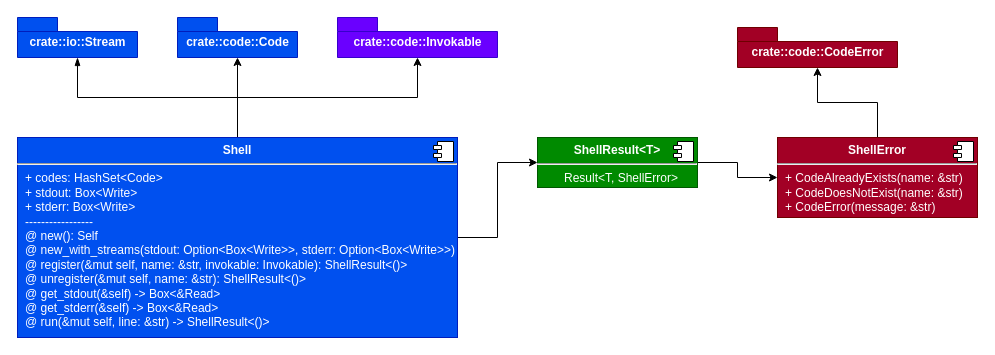
This is page "crate" (1 of 3) of arch.drawio from erayerdin/cheats, a draw.io file, before an edit. Source tidied: cells renumbered, new cells numbered last; positions are measured from the earlier drawing's top-left corner, leaving out a move shared by most shapes. Both pictures are drawn from the tidied source at 100%, with x=0, y=0 at pixel (17, 17).
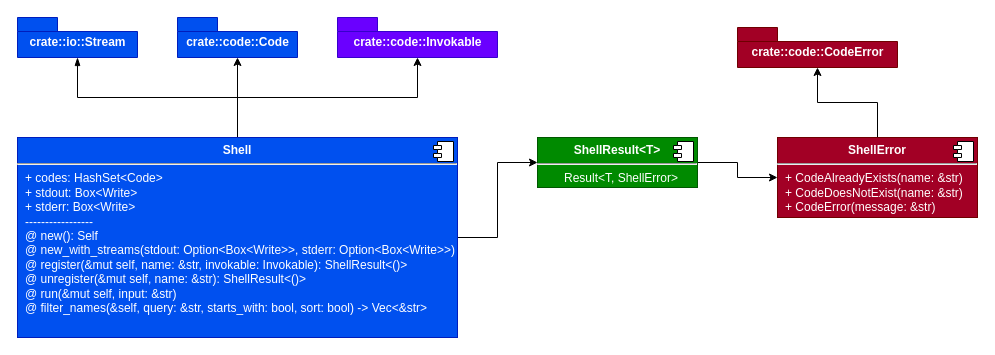
The same diagram, later.

Commit message (it also covers changes not shown here):
Added Shell::filter_names (#13)

* updated arch

* added Shell::filter_names

* added docs for Shell::filter_names

* added how to filter to docs

* updated changelog

The edit, as a diff of the source:
```diff
@@
 <mxGraphModel>
   <root>
     <mxCell id="0" />
     <mxCell id="1" parent="0" />
     <mxCell id="2" style="edgeStyle=orthogonalEdgeStyle;rounded=0;jettySize=auto;html=1;endArrow=blockThin;endFill=1;" parent="1" edge="1" source="6" target="8">
       <mxGeometry relative="1" as="geometry" />
     </mxCell>
     <mxCell id="3" style="edgeStyle=orthogonalEdgeStyle;rounded=0;jettySize=auto;html=1;endArrow=classic;endFill=1;exitX=0.5;exitY=0;exitDx=0;exitDy=0;" parent="1" edge="1" source="6" target="9">
       <mxGeometry relative="1" as="geometry" />
     </mxCell>
     <mxCell id="4" style="edgeStyle=orthogonalEdgeStyle;rounded=0;jettySize=auto;html=1;endArrow=classic;endFill=1;exitX=0.5;exitY=0;exitDx=0;exitDy=0;" parent="1" edge="1" source="6" target="10">
       <mxGeometry relative="1" as="geometry" />
     </mxCell>
     <mxCell id="5" style="edgeStyle=orthogonalEdgeStyle;rounded=0;jettySize=auto;html=1;endArrow=classic;endFill=1;" parent="1" edge="1" source="6" target="12">
       <mxGeometry relative="1" as="geometry" />
     </mxCell>
-    <mxCell id="6" value="&lt;p style=&quot;margin: 0px ; margin-top: 6px ; text-align: center&quot;&gt;&lt;b&gt;Shell&lt;/b&gt;&lt;br&gt;&lt;/p&gt;&lt;hr&gt;&lt;p style=&quot;margin: 0px ; margin-left: 8px&quot;&gt;+ codes: HashSet&amp;lt;Code&amp;gt;&lt;br&gt;&lt;/p&gt;&lt;p style=&quot;margin: 0px ; margin-left: 8px&quot;&gt;+ stdout: Box&amp;lt;Write&amp;gt;&lt;br&gt;&lt;/p&gt;&lt;p style=&quot;margin: 0px ; margin-left: 8px&quot;&gt;+ stderr: Box&amp;lt;Write&amp;gt;&lt;/p&gt;&lt;p style=&quot;margin: 0px ; margin-left: 8px&quot;&gt;-----------------&lt;/p&gt;&lt;p style=&quot;margin: 0px ; margin-left: 8px&quot;&gt;@ new(): Self&lt;/p&gt;&lt;p style=&quot;margin: 0px ; margin-left: 8px&quot;&gt;@ new_with_streams(stdout: Option&amp;lt;Box&amp;lt;Write&amp;gt;&amp;gt;, stderr: Option&amp;lt;Box&amp;lt;Write&amp;gt;&amp;gt;)&lt;br&gt;&lt;/p&gt;&lt;p style=&quot;margin: 0px ; margin-left: 8px&quot;&gt;@ register(&amp;amp;mut self, name: &amp;amp;str, invokable: Invokable): ShellResult&amp;lt;()&amp;gt;&lt;br&gt;&lt;/p&gt;&lt;p style=&quot;margin: 0px ; margin-left: 8px&quot;&gt;@ unregister(&amp;amp;mut self, name: &amp;amp;str): ShellResult&amp;lt;()&amp;gt;&lt;/p&gt;&lt;p style=&quot;margin: 0px ; margin-left: 8px&quot;&gt;@ get_stdout(&amp;amp;self) -&amp;gt; Box&amp;lt;&amp;amp;Read&amp;gt;&lt;/p&gt;&lt;p style=&quot;margin: 0px ; margin-left: 8px&quot;&gt;@ get_stderr(&amp;amp;self) -&amp;gt; Box&amp;lt;&amp;amp;Read&amp;gt;&lt;/p&gt;&lt;p style=&quot;margin: 0px ; margin-left: 8px&quot;&gt;@ run(&amp;amp;mut self, line: &amp;amp;str) -&amp;gt; ShellResult&amp;lt;()&amp;gt;&lt;br&gt;&lt;/p&gt;" style="align=left;overflow=fill;html=1;fillColor=#0050ef;strokeColor=#001DBC;fontColor=#ffffff;" parent="1" vertex="1">
+    <mxCell id="6" value="&lt;p style=&quot;margin: 0px ; margin-top: 6px ; text-align: center&quot;&gt;&lt;b&gt;Shell&lt;/b&gt;&lt;br&gt;&lt;/p&gt;&lt;hr&gt;&lt;p style=&quot;margin: 0px ; margin-left: 8px&quot;&gt;+ codes: HashSet&amp;lt;Code&amp;gt;&lt;br&gt;&lt;/p&gt;&lt;p style=&quot;margin: 0px ; margin-left: 8px&quot;&gt;+ stdout: Box&amp;lt;Write&amp;gt;&lt;br&gt;&lt;/p&gt;&lt;p style=&quot;margin: 0px ; margin-left: 8px&quot;&gt;+ stderr: Box&amp;lt;Write&amp;gt;&lt;/p&gt;&lt;p style=&quot;margin: 0px ; margin-left: 8px&quot;&gt;-----------------&lt;/p&gt;&lt;p style=&quot;margin: 0px ; margin-left: 8px&quot;&gt;@ new(): Self&lt;/p&gt;&lt;p style=&quot;margin: 0px ; margin-left: 8px&quot;&gt;@ new_with_streams(stdout: Option&amp;lt;Box&amp;lt;Write&amp;gt;&amp;gt;, stderr: Option&amp;lt;Box&amp;lt;Write&amp;gt;&amp;gt;)&lt;br&gt;&lt;/p&gt;&lt;p style=&quot;margin: 0px ; margin-left: 8px&quot;&gt;@ register(&amp;amp;mut self, name: &amp;amp;str, invokable: Invokable): ShellResult&amp;lt;()&amp;gt;&lt;br&gt;&lt;/p&gt;&lt;p style=&quot;margin: 0px ; margin-left: 8px&quot;&gt;@ unregister(&amp;amp;mut self, name: &amp;amp;str): ShellResult&amp;lt;()&amp;gt;&lt;/p&gt;&lt;p style=&quot;margin: 0px ; margin-left: 8px&quot;&gt;@ run(&amp;amp;mut self, input: &amp;amp;str)&lt;br&gt;&lt;/p&gt;&lt;p style=&quot;margin: 0px ; margin-left: 8px&quot;&gt;@ filter_names(&amp;amp;self, query: &amp;amp;str, starts_with: bool, sort: bool) -&amp;gt; Vec&amp;lt;&amp;amp;str&amp;gt;&lt;/p&gt;" style="align=left;overflow=fill;html=1;fillColor=#0050ef;strokeColor=#001DBC;fontColor=#ffffff;" parent="1" vertex="1">
       <mxGeometry y="120" width="440" height="200" as="geometry" />
     </mxCell>
     <mxCell id="7" style="shape=component;jettyWidth=8;jettyHeight=4;" parent="6" vertex="1">
       <mxGeometry x="1" width="20" height="20" relative="1" as="geometry">
         <mxPoint x="-24" y="4" as="offset" />
       </mxGeometry>
     </mxCell>
     <mxCell id="8" value="crate::io::Stream" style="shape=folder;fontStyle=1;spacingTop=10;tabWidth=40;tabHeight=14;tabPosition=left;html=1;fillColor=#0050ef;strokeColor=#001DBC;fontColor=#ffffff;" parent="1" vertex="1">
       <mxGeometry width="120" height="40" as="geometry" />
     </mxCell>
     <mxCell id="9" value="crate::code::Code" style="shape=folder;fontStyle=1;spacingTop=10;tabWidth=40;tabHeight=14;tabPosition=left;html=1;fillColor=#0050ef;strokeColor=#001DBC;fontColor=#ffffff;" parent="1" vertex="1">
       <mxGeometry x="160" width="120" height="40" as="geometry" />
     </mxCell>
     <mxCell id="10" value="crate::code::Invokable" style="shape=folder;fontStyle=1;spacingTop=10;tabWidth=40;tabHeight=14;tabPosition=left;html=1;fillColor=#6a00ff;strokeColor=#3700CC;fontColor=#ffffff;" parent="1" vertex="1">
       <mxGeometry x="320" width="160" height="40" as="geometry" />
     </mxCell>
     <mxCell id="11" style="edgeStyle=orthogonalEdgeStyle;rounded=0;jettySize=auto;html=1;endArrow=classic;endFill=1;" parent="1" edge="1" source="12" target="15">
       <mxGeometry relative="1" as="geometry" />
     </mxCell>
     <mxCell id="12" value="&lt;p style=&quot;margin: 0px ; margin-top: 6px ; text-align: center&quot;&gt;&lt;b&gt;ShellResult&amp;lt;T&amp;gt;&lt;/b&gt;&lt;/p&gt;&lt;hr&gt;&lt;p style=&quot;margin: 0px ; margin-left: 8px&quot; align=&quot;center&quot;&gt;Result&amp;lt;T, ShellError&amp;gt;&lt;br&gt;&lt;/p&gt;" style="align=left;overflow=fill;html=1;fillColor=#008a00;strokeColor=#005700;fontColor=#ffffff;" parent="1" vertex="1">
       <mxGeometry x="520" y="120" width="160" height="50" as="geometry" />
     </mxCell>
     <mxCell id="13" style="shape=component;jettyWidth=8;jettyHeight=4;" parent="12" vertex="1">
       <mxGeometry x="1" width="20" height="20" relative="1" as="geometry">
         <mxPoint x="-24" y="4" as="offset" />
       </mxGeometry>
     </mxCell>
     <mxCell id="14" style="edgeStyle=orthogonalEdgeStyle;rounded=0;jettySize=auto;html=1;endArrow=classic;endFill=1;" parent="1" edge="1" source="15" target="17">
       <mxGeometry relative="1" as="geometry" />
     </mxCell>
     <mxCell id="15" value="&lt;p style=&quot;margin: 0px ; margin-top: 6px ; text-align: center&quot;&gt;&lt;b&gt;ShellError&lt;/b&gt;&lt;/p&gt;&lt;hr&gt;&lt;p style=&quot;margin: 0px ; margin-left: 8px&quot;&gt;+ CodeAlreadyExists(name: &amp;amp;str)&lt;/p&gt;&lt;p style=&quot;margin: 0px ; margin-left: 8px&quot;&gt;+ CodeDoesNotExist(name: &amp;amp;str)&lt;/p&gt;&lt;p style=&quot;margin: 0px ; margin-left: 8px&quot;&gt;+ CodeError(message: &amp;amp;str)&lt;br&gt;&lt;/p&gt;" style="align=left;overflow=fill;html=1;fillColor=#a20025;strokeColor=#6F0000;fontColor=#ffffff;" parent="1" vertex="1">
       <mxGeometry x="760" y="120" width="200" height="80" as="geometry" />
     </mxCell>
     <mxCell id="16" style="shape=component;jettyWidth=8;jettyHeight=4;" parent="15" vertex="1">
       <mxGeometry x="1" width="20" height="20" relative="1" as="geometry">
         <mxPoint x="-24" y="4" as="offset" />
       </mxGeometry>
     </mxCell>
     <mxCell id="17" value="crate::code::CodeError" style="shape=folder;fontStyle=1;spacingTop=10;tabWidth=40;tabHeight=14;tabPosition=left;html=1;fillColor=#a20025;strokeColor=#6F0000;fontColor=#ffffff;" parent="1" vertex="1">
       <mxGeometry x="720" y="10" width="160" height="40" as="geometry" />
     </mxCell>
   </root>
 </mxGraphModel>
```
